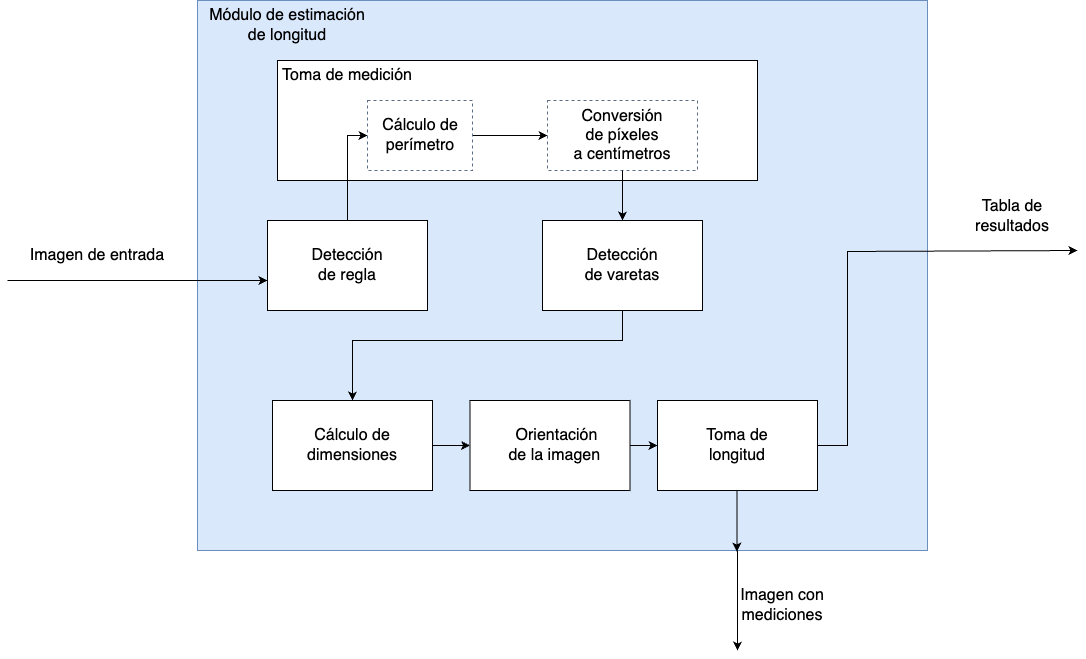
The draw.io diagram Figures/medicionVareta.drawio.png in Hector242/Plantilla-memoria, before a commit. Source tidied: cells renumbered, new cells last; positions are measured from the earlier drawing's top-left corner, leaving out a move shared by most shapes.
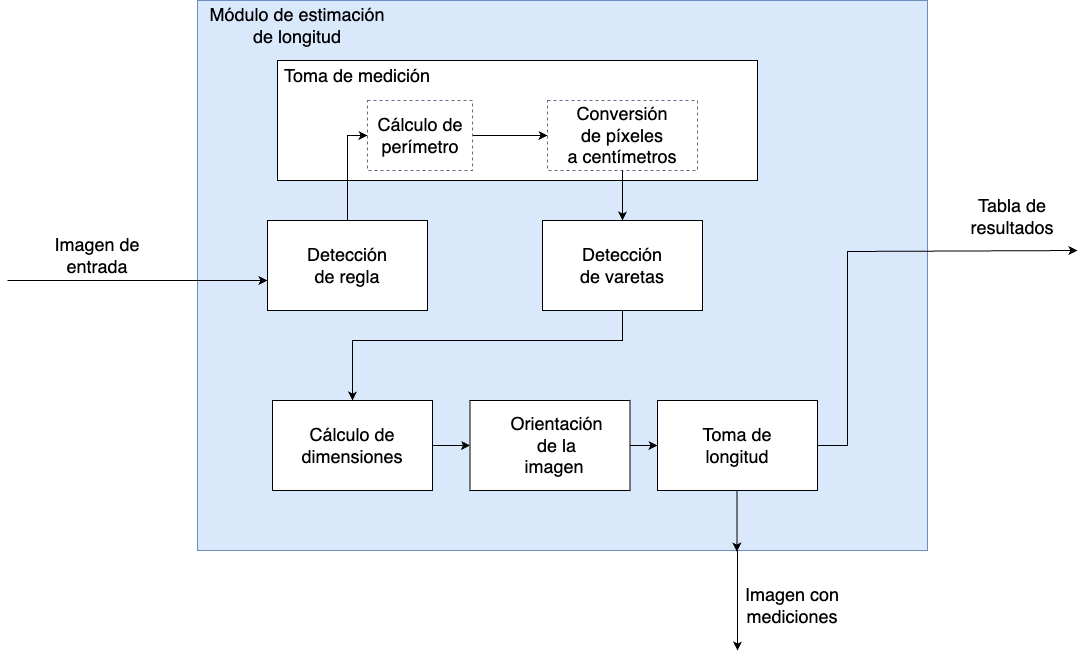
The same diagram one commit later.

What changed in the source:
```diff
@@ -17,11 +17,11 @@
     <mxCell id="6" style="fillColor=none;strokeColor=#5A6C86;dashed=1;verticalAlign=top;fontStyle=0;fontColor=#5A6C86;whiteSpace=wrap;html=1;" parent="1" vertex="1">
       <mxGeometry x="360" y="100" width="105" height="70" as="geometry" />
     </mxCell>
-    <mxCell id="7" value="&lt;font style=&quot;font-size: 16px;&quot;&gt;Imagen de entrada&lt;/font&gt;" style="text;html=1;align=center;verticalAlign=middle;whiteSpace=wrap;rounded=0;" parent="1" vertex="1">
+    <mxCell id="7" value="&lt;font style=&quot;font-size: 18px;&quot;&gt;Imagen de entrada&lt;/font&gt;" style="text;html=1;align=center;verticalAlign=middle;whiteSpace=wrap;rounded=0;" parent="1" vertex="1">
       <mxGeometry x="20" y="240" width="140" height="30" as="geometry" />
     </mxCell>
-    <mxCell id="8" value="&lt;font style=&quot;font-size: 16px;&quot;&gt;Módulo de estimación de longitud&lt;/font&gt;" style="text;html=1;align=center;verticalAlign=middle;whiteSpace=wrap;rounded=0;" parent="1" vertex="1">
-      <mxGeometry x="200" y="10" width="160" height="30" as="geometry" />
+    <mxCell id="8" value="&lt;font style=&quot;font-size: 18px;&quot;&gt;Módulo de estimación de longitud&lt;/font&gt;" style="text;html=1;align=center;verticalAlign=middle;whiteSpace=wrap;rounded=0;" parent="1" vertex="1">
+      <mxGeometry x="200" y="10" width="180" height="30" as="geometry" />
     </mxCell>
     <mxCell id="9" style="edgeStyle=orthogonalEdgeStyle;rounded=0;jettySize=auto;html=1;entryX=0;entryY=0.5;entryDx=0;entryDy=0;" parent="1" edge="1" source="10" target="6">
       <mxGeometry relative="1" as="geometry" />
@@ -29,14 +29,14 @@
     <mxCell id="10" style="rounded=0;whiteSpace=wrap;html=1;" parent="1" vertex="1">
       <mxGeometry x="260" y="220" width="160" height="90" as="geometry" />
     </mxCell>
-    <mxCell id="11" value="&lt;font style=&quot;font-size: 16px;&quot;&gt;Detección de regla&lt;/font&gt;" style="text;html=1;align=center;verticalAlign=middle;whiteSpace=wrap;rounded=0;" parent="1" vertex="1">
+    <mxCell id="11" value="&lt;font style=&quot;font-size: 18px;&quot;&gt;Detección de regla&lt;/font&gt;" style="text;html=1;align=center;verticalAlign=middle;whiteSpace=wrap;rounded=0;" parent="1" vertex="1">
       <mxGeometry x="295" y="250" width="90" height="30" as="geometry" />
     </mxCell>
-    <mxCell id="12" value="&lt;font style=&quot;font-size: 16px;&quot;&gt;Cálculo de perímetro&lt;/font&gt;" style="text;html=1;align=center;verticalAlign=middle;whiteSpace=wrap;rounded=0;" parent="1" vertex="1">
+    <mxCell id="12" value="&lt;font style=&quot;font-size: 18px;&quot;&gt;Cálculo de perímetro&lt;/font&gt;" style="text;html=1;align=center;verticalAlign=middle;whiteSpace=wrap;rounded=0;" parent="1" vertex="1">
       <mxGeometry x="362.5" y="120" width="100" height="30" as="geometry" />
     </mxCell>
-    <mxCell id="13" value="&lt;font style=&quot;font-size: 16px;&quot;&gt;Toma de medición&lt;/font&gt;" style="text;html=1;align=center;verticalAlign=middle;whiteSpace=wrap;rounded=0;" parent="1" vertex="1">
-      <mxGeometry x="270" y="60" width="140" height="30" as="geometry" />
+    <mxCell id="13" value="&lt;font style=&quot;font-size: 18px;&quot;&gt;Toma de medición&lt;/font&gt;" style="text;html=1;align=center;verticalAlign=middle;whiteSpace=wrap;rounded=0;" parent="1" vertex="1">
+      <mxGeometry x="270" y="60" width="160" height="30" as="geometry" />
     </mxCell>
     <mxCell id="14" style="edgeStyle=orthogonalEdgeStyle;rounded=0;jettySize=auto;html=1;exitX=0.5;exitY=1;exitDx=0;exitDy=0;" parent="1" edge="1" source="4" target="16">
       <mxGeometry relative="1" as="geometry" />
@@ -52,10 +52,10 @@
     <mxCell id="16" style="rounded=0;whiteSpace=wrap;html=1;" parent="1" vertex="1">
       <mxGeometry x="535" y="220" width="160" height="90" as="geometry" />
     </mxCell>
-    <mxCell id="17" value="&lt;font style=&quot;font-size: 16px;&quot;&gt;Detección de varetas&lt;/font&gt;" style="text;html=1;align=center;verticalAlign=middle;whiteSpace=wrap;rounded=0;" parent="1" vertex="1">
+    <mxCell id="17" value="&lt;font style=&quot;font-size: 18px;&quot;&gt;Detección de varetas&lt;/font&gt;" style="text;html=1;align=center;verticalAlign=middle;whiteSpace=wrap;rounded=0;" parent="1" vertex="1">
       <mxGeometry x="570" y="250" width="90" height="30" as="geometry" />
     </mxCell>
-    <mxCell id="18" value="&lt;font style=&quot;font-size: 16px;&quot;&gt;Conversión de&amp;nbsp;píxeles a&amp;nbsp;centímetros&lt;/font&gt;" style="text;html=1;align=center;verticalAlign=middle;whiteSpace=wrap;rounded=0;" parent="1" vertex="1">
+    <mxCell id="18" value="&lt;font style=&quot;font-size: 18px;&quot;&gt;Conversión de&amp;nbsp;píxeles a&amp;nbsp;centímetros&lt;/font&gt;" style="text;html=1;align=center;verticalAlign=middle;whiteSpace=wrap;rounded=0;" parent="1" vertex="1">
       <mxGeometry x="540" y="120" width="150" height="30" as="geometry" />
     </mxCell>
     <mxCell id="19" style="edgeStyle=orthogonalEdgeStyle;rounded=0;jettySize=auto;html=1;entryX=0;entryY=0.5;entryDx=0;entryDy=0;" parent="1" edge="1" source="20" target="23">
@@ -64,7 +64,7 @@
     <mxCell id="20" style="rounded=0;whiteSpace=wrap;html=1;" parent="1" vertex="1">
       <mxGeometry x="265" y="400" width="160" height="90" as="geometry" />
     </mxCell>
-    <mxCell id="21" value="&lt;font style=&quot;font-size: 16px;&quot;&gt;Cálculo de dimensiones&lt;/font&gt;" style="text;html=1;align=center;verticalAlign=middle;whiteSpace=wrap;rounded=0;" parent="1" vertex="1">
+    <mxCell id="21" value="&lt;font style=&quot;font-size: 18px;&quot;&gt;Cálculo de dimensiones&lt;/font&gt;" style="text;html=1;align=center;verticalAlign=middle;whiteSpace=wrap;rounded=0;" parent="1" vertex="1">
       <mxGeometry x="300" y="430" width="90" height="30" as="geometry" />
     </mxCell>
     <mxCell id="22" style="edgeStyle=orthogonalEdgeStyle;rounded=0;jettySize=auto;html=1;entryX=0;entryY=0.5;entryDx=0;entryDy=0;" parent="1" edge="1" source="23" target="25">
@@ -73,13 +73,13 @@
     <mxCell id="23" style="rounded=0;whiteSpace=wrap;html=1;" parent="1" vertex="1">
       <mxGeometry x="462.5" y="400" width="160" height="90" as="geometry" />
     </mxCell>
-    <mxCell id="24" value="&lt;font style=&quot;font-size: 16px;&quot;&gt;Orientación de la imagen&amp;nbsp;&lt;/font&gt;" style="text;html=1;align=center;verticalAlign=middle;whiteSpace=wrap;rounded=0;" parent="1" vertex="1">
+    <mxCell id="24" value="&lt;font style=&quot;font-size: 18px;&quot;&gt;Orientación de la imagen&amp;nbsp;&lt;/font&gt;" style="text;html=1;align=center;verticalAlign=middle;whiteSpace=wrap;rounded=0;" parent="1" vertex="1">
       <mxGeometry x="497.5" y="430" width="102.5" height="30" as="geometry" />
     </mxCell>
     <mxCell id="25" style="rounded=0;whiteSpace=wrap;html=1;" parent="1" vertex="1">
       <mxGeometry x="650" y="400" width="160" height="90" as="geometry" />
     </mxCell>
-    <mxCell id="26" value="&lt;font style=&quot;font-size: 16px;&quot;&gt;Toma de longitud&lt;/font&gt;" style="text;html=1;align=center;verticalAlign=middle;whiteSpace=wrap;rounded=0;" parent="1" vertex="1">
+    <mxCell id="26" value="&lt;font style=&quot;font-size: 18px;&quot;&gt;Toma de longitud&lt;/font&gt;" style="text;html=1;align=center;verticalAlign=middle;whiteSpace=wrap;rounded=0;" parent="1" vertex="1">
       <mxGeometry x="685" y="430" width="90" height="30" as="geometry" />
     </mxCell>
     <mxCell id="27" style="edgeStyle=orthogonalEdgeStyle;rounded=0;jettySize=auto;html=1;" parent="1" edge="1" source="25">
@@ -96,7 +96,7 @@
         <mxPoint y="280" as="sourcePoint" />
       </mxGeometry>
     </mxCell>
-    <mxCell id="29" value="&lt;font style=&quot;font-size: 16px;&quot;&gt;Tabla de resultados&lt;/font&gt;" style="text;html=1;align=center;verticalAlign=middle;whiteSpace=wrap;rounded=0;" parent="1" vertex="1">
+    <mxCell id="29" value="&lt;font style=&quot;font-size: 18px;&quot;&gt;Tabla de resultados&lt;/font&gt;" style="text;html=1;align=center;verticalAlign=middle;whiteSpace=wrap;rounded=0;" parent="1" vertex="1">
       <mxGeometry x="960" y="201" width="90" height="30" as="geometry" />
     </mxCell>
     <mxCell id="30" style="edgeStyle=orthogonalEdgeStyle;rounded=0;jettySize=auto;html=1;entryX=0.739;entryY=1.002;entryDx=0;entryDy=0;entryPerimeter=0;" parent="1" edge="1" source="25" target="2">
@@ -113,8 +113,8 @@
         <mxPoint x="730" y="650" as="targetPoint" />
       </mxGeometry>
     </mxCell>
-    <mxCell id="32" value="&lt;font style=&quot;font-size: 16px;&quot;&gt;Imagen con mediciones&lt;/font&gt;" style="text;html=1;align=center;verticalAlign=middle;whiteSpace=wrap;rounded=0;" parent="1" vertex="1">
-      <mxGeometry x="730" y="590" width="90" height="30" as="geometry" />
+    <mxCell id="32" value="&lt;font style=&quot;font-size: 18px;&quot;&gt;Imagen con mediciones&lt;/font&gt;" style="text;html=1;align=center;verticalAlign=middle;whiteSpace=wrap;rounded=0;" parent="1" vertex="1">
+      <mxGeometry x="730" y="590" width="110" height="30" as="geometry" />
     </mxCell>
   </root>
 </mxGraphModel>
```
